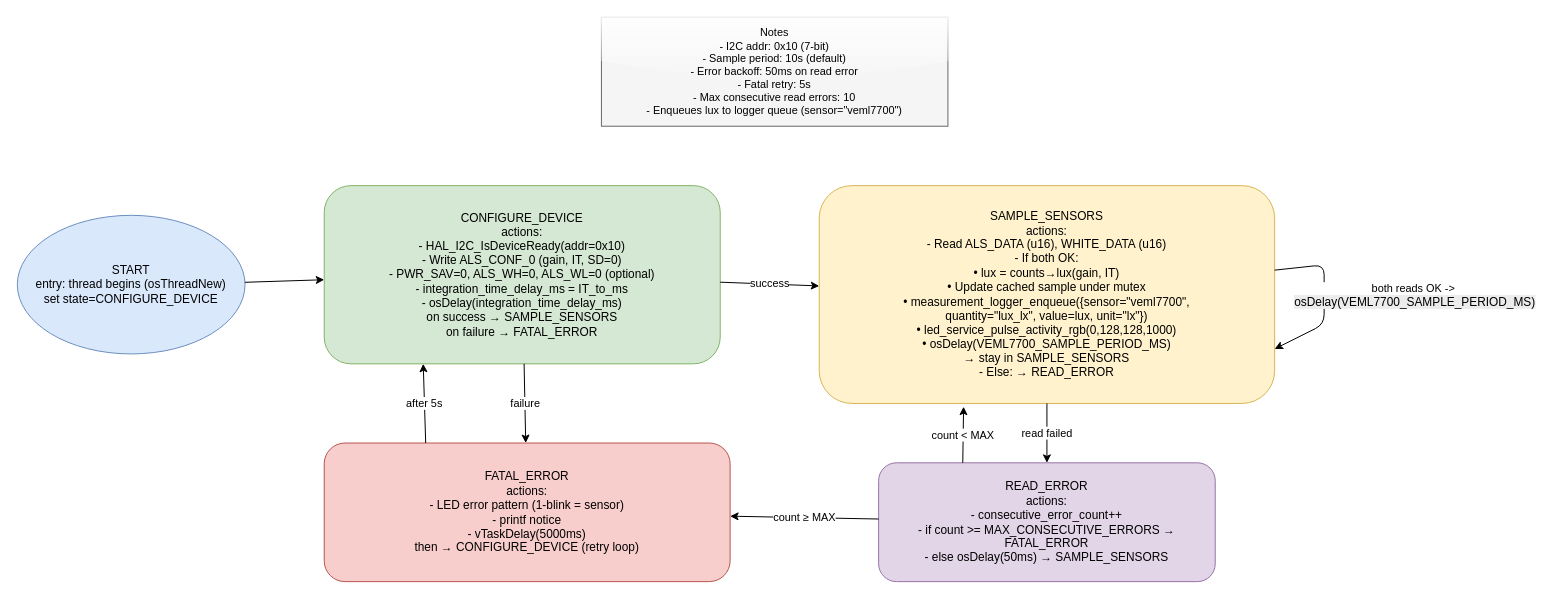
Before: page "VEML7700 State Machine Diagram" (4 of 9) of tinyml_home_weather_forecasting.drawio in rishi-latchmepersad/TinyML-Home-Weather-Forecasting, a draw.io diagram. Source tidied: cells renumbered, new cells numbered last; positions are measured from the earlier drawing's top-left corner, leaving out a move shared by most shapes. Both pictures are drawn from the tidied source at 99%, with x=0, y=0 at pixel (17, 17).
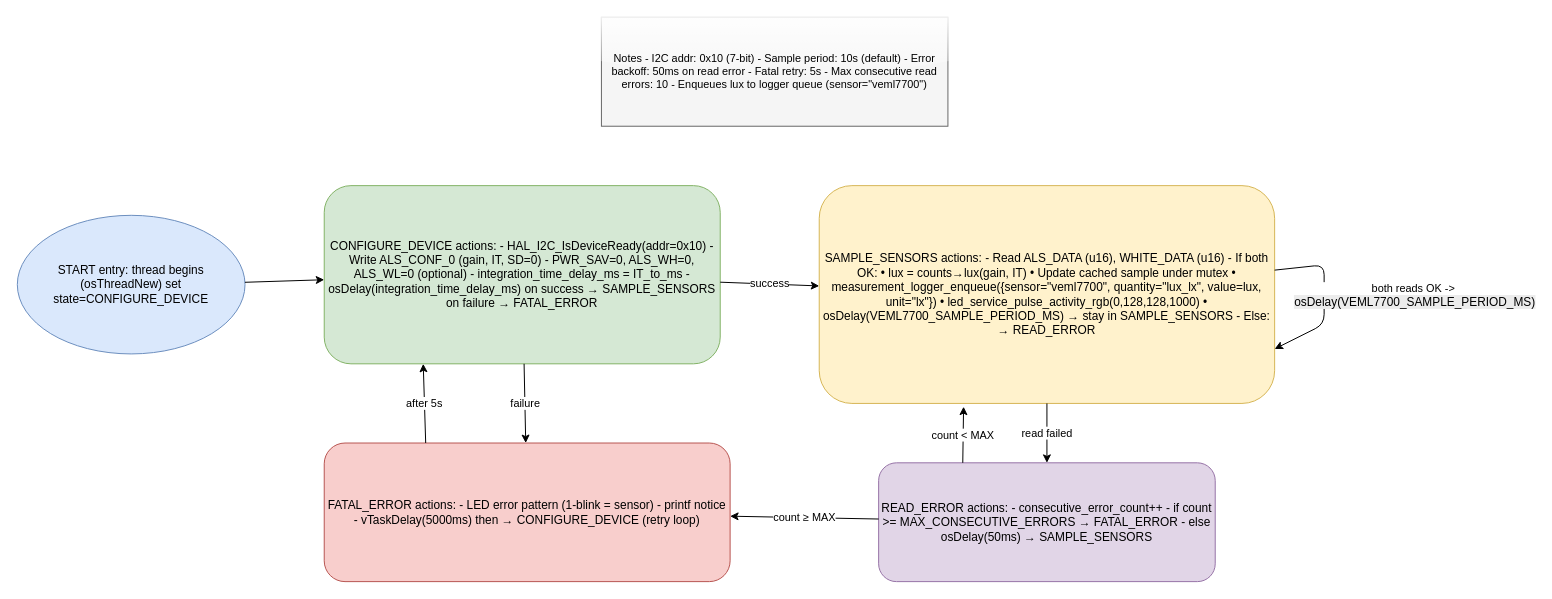
After the change.

What changed in the source:
```diff
@@
 <mxGraphModel>
   <root>
     <mxCell id="0" />
     <mxCell id="1" parent="0" />
-    <mxCell id="2" value="START&#10;entry: thread begins (osThreadNew)&#10;set state=CONFIGURE_DEVICE" style="ellipse;whiteSpace=wrap;html=1;fillColor=#dae8fc;strokeColor=#6c8ebf;" parent="1" vertex="1">
+    <mxCell id="2" value="START entry: thread begins (osThreadNew) set state=CONFIGURE_DEVICE" style="ellipse;whiteSpace=wrap;html=1;fillColor=#dae8fc;strokeColor=#6c8ebf;" parent="1" vertex="1">
       <mxGeometry y="200" width="230" height="140" as="geometry" />
     </mxCell>
-    <mxCell id="3" value="CONFIGURE_DEVICE&#10;actions:&#10;- HAL_I2C_IsDeviceReady(addr=0x10)&#10;- Write ALS_CONF_0 (gain, IT, SD=0)&#10;- PWR_SAV=0, ALS_WH=0, ALS_WL=0 (optional)&#10;- integration_time_delay_ms = IT_to_ms&#10;- osDelay(integration_time_delay_ms)&#10;on success → SAMPLE_SENSORS&#10;on failure → FATAL_ERROR" style="rounded=1;whiteSpace=wrap;html=1;fillColor=#d5e8d4;strokeColor=#82b366;" parent="1" vertex="1">
+    <mxCell id="3" value="CONFIGURE_DEVICE actions: - HAL_I2C_IsDeviceReady(addr=0x10) - Write ALS_CONF_0 (gain, IT, SD=0) - PWR_SAV=0, ALS_WH=0, ALS_WL=0 (optional) - integration_time_delay_ms = IT_to_ms - osDelay(integration_time_delay_ms) on success → SAMPLE_SENSORS on failure → FATAL_ERROR" style="rounded=1;whiteSpace=wrap;html=1;fillColor=#d5e8d4;strokeColor=#82b366;" parent="1" vertex="1">
       <mxGeometry x="310" y="170" width="400" height="180" as="geometry" />
     </mxCell>
-    <mxCell id="4" value="SAMPLE_SENSORS&#10;actions:&#10;- Read ALS_DATA (u16), WHITE_DATA (u16)&#10;- If both OK:&#10;   • lux = counts→lux(gain, IT)&#10;   • Update cached sample under mutex&#10;   • measurement_logger_enqueue({sensor=&quot;veml7700&quot;,&#10;     quantity=&quot;lux_lx&quot;, value=lux, unit=&quot;lx&quot;})&#10;   • led_service_pulse_activity_rgb(0,128,128,1000)&#10;   • osDelay(VEML7700_SAMPLE_PERIOD_MS)&#10;   → stay in SAMPLE_SENSORS&#10;- Else: → READ_ERROR" style="rounded=1;whiteSpace=wrap;html=1;fillColor=#fff2cc;strokeColor=#d6b656;" parent="1" vertex="1">
+    <mxCell id="4" value="SAMPLE_SENSORS actions: - Read ALS_DATA (u16), WHITE_DATA (u16) - If both OK:    • lux = counts→lux(gain, IT)    • Update cached sample under mutex    • measurement_logger_enqueue({sensor=&quot;veml7700&quot;,      quantity=&quot;lux_lx&quot;, value=lux, unit=&quot;lx&quot;})    • led_service_pulse_activity_rgb(0,128,128,1000)    • osDelay(VEML7700_SAMPLE_PERIOD_MS)    → stay in SAMPLE_SENSORS - Else: → READ_ERROR" style="rounded=1;whiteSpace=wrap;html=1;fillColor=#fff2cc;strokeColor=#d6b656;" parent="1" vertex="1">
       <mxGeometry x="810" y="170" width="460" height="220" as="geometry" />
     </mxCell>
-    <mxCell id="5" value="READ_ERROR&#10;actions:&#10;- consecutive_error_count++&#10;- if count &gt;= MAX_CONSECUTIVE_ERRORS → FATAL_ERROR&#10;- else osDelay(50ms) → SAMPLE_SENSORS" style="rounded=1;whiteSpace=wrap;html=1;fillColor=#e1d5e7;strokeColor=#9673a6;" parent="1" vertex="1">
+    <mxCell id="5" value="READ_ERROR actions: - consecutive_error_count++ - if count &gt;= MAX_CONSECUTIVE_ERRORS → FATAL_ERROR - else osDelay(50ms) → SAMPLE_SENSORS" style="rounded=1;whiteSpace=wrap;html=1;fillColor=#e1d5e7;strokeColor=#9673a6;" parent="1" vertex="1">
       <mxGeometry x="870" y="450" width="340" height="120" as="geometry" />
     </mxCell>
-    <mxCell id="6" value="FATAL_ERROR&#10;actions:&#10;- LED error pattern (1-blink = sensor)&#10;- printf notice&#10;- vTaskDelay(5000ms)&#10;then → CONFIGURE_DEVICE (retry loop)" style="rounded=1;whiteSpace=wrap;html=1;fillColor=#f8cecc;strokeColor=#b85450;" parent="1" vertex="1">
+    <mxCell id="6" value="FATAL_ERROR actions: - LED error pattern (1-blink = sensor) - printf notice - vTaskDelay(5000ms) then → CONFIGURE_DEVICE (retry loop)" style="rounded=1;whiteSpace=wrap;html=1;fillColor=#f8cecc;strokeColor=#b85450;" parent="1" vertex="1">
       <mxGeometry x="310" y="430" width="410" height="140" as="geometry" />
     </mxCell>
     <mxCell id="7" style="endArrow=classic;html=1;" parent="1" edge="1" source="2" target="3">
       <mxGeometry relative="1" as="geometry" />
     </mxCell>
     <mxCell id="8" value="success" style="endArrow=classic;html=1;" parent="1" edge="1" source="3" target="4">
       <mxGeometry relative="1" as="geometry" />
     </mxCell>
     <mxCell id="9" value="failure" style="endArrow=classic;html=1;" parent="1" edge="1" source="3" target="6">
       <mxGeometry relative="1" as="geometry" />
     </mxCell>
     <mxCell id="10" value="both reads OK -&amp;gt;&lt;div&gt;&amp;nbsp;&lt;span style=&quot;font-size: 12px; text-wrap-mode: wrap; background-color: rgb(236, 236, 236);&quot;&gt;osDelay(VEML7700_SAMPLE_PERIOD_MS)&lt;/span&gt;&lt;/div&gt;" style="endArrow=classic;html=1;edgeStyle=loopEdgeStyle;entryX=1;entryY=0.75;entryDx=0;entryDy=0;" parent="1" edge="1" source="4" target="4">
       <mxGeometry x="-0.03" y="90" relative="1" as="geometry">
         <Array as="points">
           <mxPoint x="1320" y="310" />
         </Array>
       </mxGeometry>
     </mxCell>
     <mxCell id="11" value="read failed" style="endArrow=classic;html=1;" parent="1" edge="1" source="4" target="5">
       <mxGeometry relative="1" as="geometry" />
     </mxCell>
     <mxCell id="12" value="count &lt; MAX" style="endArrow=classic;html=1;exitX=0.25;exitY=0;exitDx=0;exitDy=0;entryX=0.317;entryY=1.015;entryDx=0;entryDy=0;entryPerimeter=0;" parent="1" edge="1" source="5" target="4">
       <mxGeometry relative="1" as="geometry" />
     </mxCell>
     <mxCell id="13" value="count ≥ MAX" style="endArrow=classic;html=1;" parent="1" edge="1" source="5" target="6">
       <mxGeometry relative="1" as="geometry" />
     </mxCell>
     <mxCell id="14" value="after 5s" style="endArrow=classic;html=1;exitX=0.25;exitY=0;exitDx=0;exitDy=0;entryX=0.25;entryY=1;entryDx=0;entryDy=0;" parent="1" edge="1" source="6" target="3">
       <mxGeometry relative="1" as="geometry" />
     </mxCell>
-    <mxCell id="15" value="Notes&#10;- I2C addr: 0x10 (7-bit)&#10;- Sample period: 10s (default)&#10;- Error backoff: 50ms on read error&#10;- Fatal retry: 5s&#10;- Max consecutive read errors: 10&#10;- Enqueues lux to logger queue (sensor=&quot;veml7700&quot;)" style="rounded=0;whiteSpace=wrap;html=1;fillColor=#f5f5f5;strokeColor=#666666;fontSize=11;glass=1;" parent="1" vertex="1">
+    <mxCell id="15" value="Notes - I2C addr: 0x10 (7-bit) - Sample period: 10s (default) - Error backoff: 50ms on read error - Fatal retry: 5s - Max consecutive read errors: 10 - Enqueues lux to logger queue (sensor=&quot;veml7700&quot;)" style="rounded=0;whiteSpace=wrap;html=1;fillColor=#f5f5f5;strokeColor=#666666;fontSize=11;glass=1;" parent="1" vertex="1">
       <mxGeometry x="590" width="350" height="110" as="geometry" />
     </mxCell>
   </root>
 </mxGraphModel>
```
